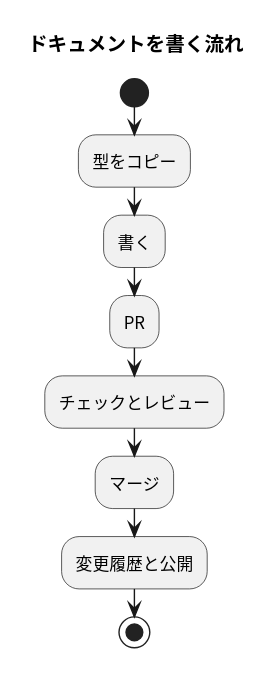
This is docs/usage-flow.svg from masamasamasato/design-doc-template, a PlantUML export, as it was before one commit. Its source is kept beside it as docs/usage-flow.puml.
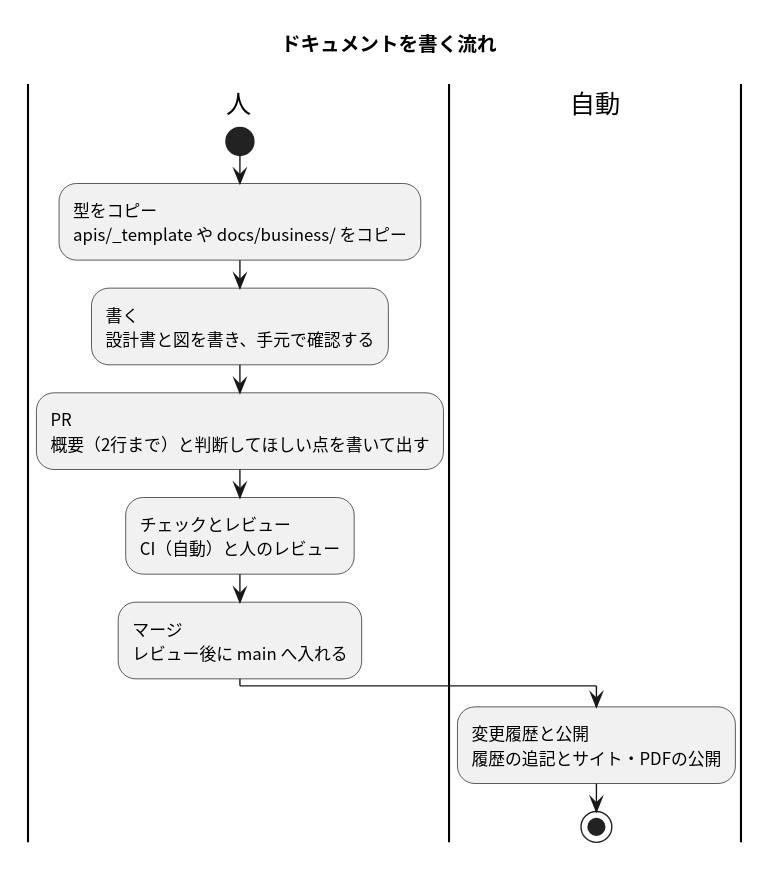
After the change.

Commit message:
ドキュメントを書く流れの図に、役割の行と人／自動のレーンを足す

The edit, as a diff of the source:
```diff
@@ -5,12 +5,14 @@
 
 title ドキュメントを書く流れ
 
+|人|
 start
-:型をコピー;
-:書く;
-:PR;
-:チェックとレビュー;
-:マージ;
-:変更履歴と公開;
+:型をコピー\napis/_template や docs/business/ をコピー;
+:書く\n設計書と図を書き、手元で確認する;
+:PR\n概要（2行まで）と判断してほしい点を書いて出す;
+:チェックとレビュー\nCI（自動）と人のレビュー;
+:マージ\nレビュー後に main へ入れる;
+|自動|
+:変更履歴と公開\n履歴の追記とサイト・PDFの公開;
 stop
 @enduml
```
